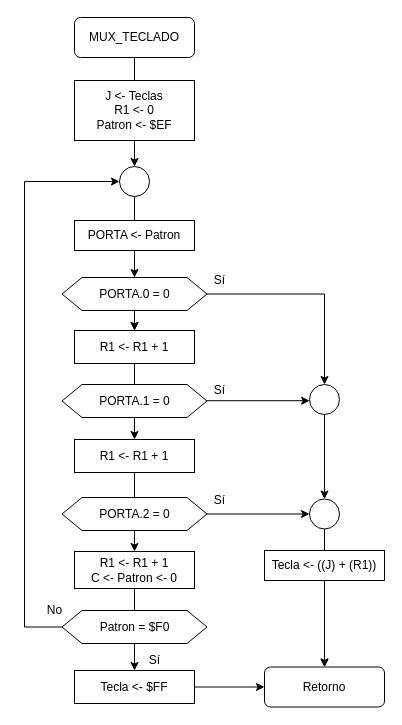
robz25/Microprocesadores keeps this draw.io diagram as Tarea 4/MUX_TECLADO.drawio. Above is the earlier version. Source tidied: cells renumbered, new cells numbered last; positions are measured from the earlier drawing's top-left corner, leaving out a move shared by most shapes. Both pictures are drawn from the tidied source at 100%, with x=0, y=0 at pixel (24, 17).
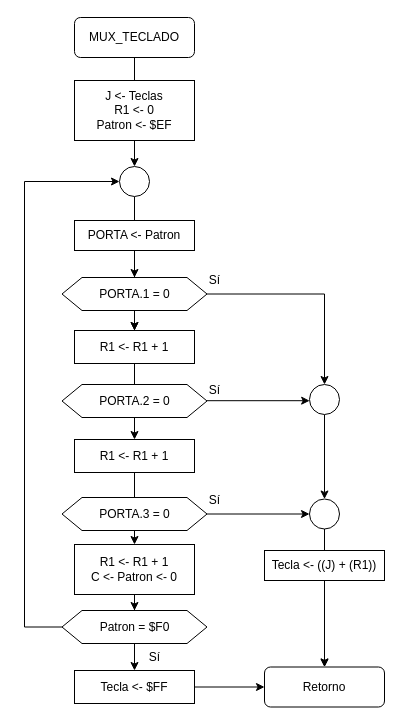
After the change.

Commit message (it also covers changes not shown here):
DF MUX Teclado

The change refers to these unchanged cells:
```xml
<mxCell id="14" value="Tecla &amp;lt;- $FF" style="rounded=0;whiteSpace=wrap;html=1;" parent="1" vertex="1">
  <mxGeometry x="50" y="653" width="120" height="33" as="geometry" />
</mxCell>
<mxCell id="26" value="Patron = $F0" style="shape=hexagon;perimeter=hexagonPerimeter2;whiteSpace=wrap;html=1;fixedSize=1;" parent="1" vertex="1">
  <mxGeometry x="37.5" y="593" width="145" height="33" as="geometry" />
</mxCell>
```

The edit, as a diff of the source:
```diff
@@
-    <mxCell id="12" value="PORTA.0 = 0" style="shape=hexagon;perimeter=hexagonPerimeter2;whiteSpace=wrap;html=1;fixedSize=1;" parent="1" vertex="1">
+    <mxCell id="12" value="PORTA.1 = 0" style="shape=hexagon;perimeter=hexagonPerimeter2;whiteSpace=wrap;html=1;fixedSize=1;" parent="1" vertex="1">
       <mxGeometry x="37.5" y="260" width="145" height="33" as="geometry" />
     </mxCell>
@@
-    <mxCell id="19" style="edgeStyle=orthogonalEdgeStyle;rounded=0;jettySize=auto;html=1;" parent="1" edge="1" source="20" target="14">
-      <mxGeometry relative="1" as="geometry" />
-    </mxCell>
+    <mxCell id="38" style="edgeStyle=orthogonalEdgeStyle;rounded=0;jettySize=auto;html=1;" parent="1" edge="1" source="20" target="26">
+      <mxGeometry relative="1" as="geometry" />
+    </mxCell>
     <mxCell id="20" value="&lt;div&gt;R1 &amp;lt;- R1 + 1&lt;/div&gt;&lt;div&gt;C &amp;lt;- Patron &amp;lt;- 0&lt;br&gt;&lt;/div&gt;" style="rounded=0;whiteSpace=wrap;html=1;" parent="1" vertex="1">
-      <mxGeometry x="50" y="534" width="120" height="37" as="geometry" />
+      <mxGeometry x="50" y="527" width="120" height="50" as="geometry" />
     </mxCell>
@@
-    <mxCell id="22" value="PORTA.2 = 0" style="shape=hexagon;perimeter=hexagonPerimeter2;whiteSpace=wrap;html=1;fixedSize=1;" parent="1" vertex="1">
+    <mxCell id="22" value="PORTA.3 = 0" style="shape=hexagon;perimeter=hexagonPerimeter2;whiteSpace=wrap;html=1;fixedSize=1;" parent="1" vertex="1">
       <mxGeometry x="37.5" y="480" width="145" height="33" as="geometry" />
     </mxCell>
@@
-    <mxCell id="24" value="PORTA.1 = 0" style="shape=hexagon;perimeter=hexagonPerimeter2;whiteSpace=wrap;html=1;fixedSize=1;" parent="1" vertex="1">
+    <mxCell id="24" value="PORTA.2 = 0" style="shape=hexagon;perimeter=hexagonPerimeter2;whiteSpace=wrap;html=1;fixedSize=1;" parent="1" vertex="1">
       <mxGeometry x="37.5" y="367" width="145" height="33" as="geometry" />
     </mxCell>
@@
+    <mxCell id="39" style="edgeStyle=orthogonalEdgeStyle;rounded=0;jettySize=auto;html=1;" parent="1" edge="1" source="26" target="14">
+      <mxGeometry relative="1" as="geometry" />
+    </mxCell>
@@
-    <mxCell id="33" value="No" style="text;html=1;align=center;verticalAlign=middle;" parent="1" vertex="1">
-      <mxGeometry x="15" y="583" width="30" height="20" as="geometry" />
-    </mxCell>
-    <mxCell id="34" value="Sí" style="text;html=1;align=center;verticalAlign=middle;" parent="1" vertex="1">
-      <mxGeometry x="115" y="633" width="30" height="20" as="geometry" />
-    </mxCell>
-    <mxCell id="35" value="Sí" style="text;html=1;align=center;verticalAlign=middle;" parent="1" vertex="1">
-      <mxGeometry x="180" y="473" width="30" height="20" as="geometry" />
-    </mxCell>
-    <mxCell id="36" value="Sí" style="text;html=1;align=center;verticalAlign=middle;" parent="1" vertex="1">
-      <mxGeometry x="180" y="363" width="30" height="20" as="geometry" />
-    </mxCell>
-    <mxCell id="37" value="Sí" style="text;html=1;align=center;verticalAlign=middle;" parent="1" vertex="1">
-      <mxGeometry x="180" y="253" width="30" height="20" as="geometry" />
-    </mxCell>
+    <mxCell id="40" value="Sí" style="text;html=1;align=center;verticalAlign=middle;" parent="1" vertex="1">
+      <mxGeometry x="175" y="253" width="30" height="20" as="geometry" />
+    </mxCell>
+    <mxCell id="41" value="Sí" style="text;html=1;align=center;verticalAlign=middle;" parent="1" vertex="1">
+      <mxGeometry x="175" y="363" width="30" height="20" as="geometry" />
+    </mxCell>
+    <mxCell id="42" value="Sí" style="text;html=1;align=center;verticalAlign=middle;" parent="1" vertex="1">
+      <mxGeometry x="175" y="473" width="30" height="20" as="geometry" />
+    </mxCell>
+    <mxCell id="43" value="Sí" style="text;html=1;align=center;verticalAlign=middle;" parent="1" vertex="1">
+      <mxGeometry x="115" y="629.5" width="30" height="20" as="geometry" />
+    </mxCell>
```
